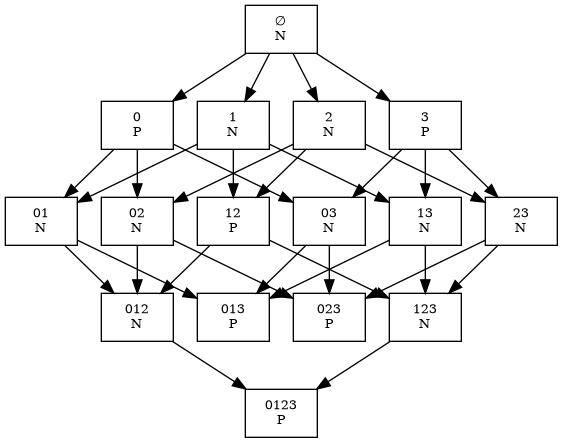
Above: game_tree/decision_tree_0123.png in AdirAli/sparse-ruler-n-p-position (Graphviz), before the change. Its source is kept beside it as game_tree/decision_tree_0123.dot.
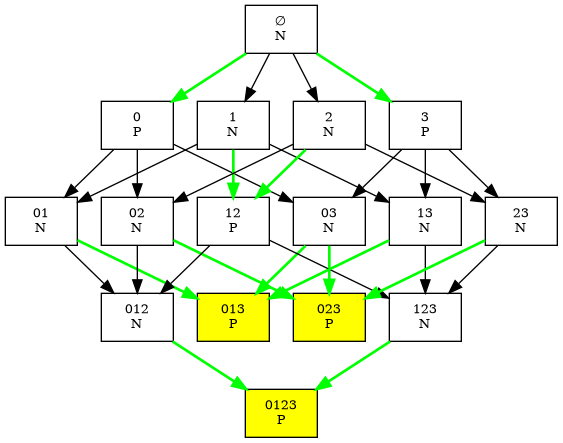
Above is the later version.

Diff of the diagram source:
```diff
@@ -5,10 +5,10 @@
   n1 [label="0\nP"];
   n2 [label="01\nN"];
   n3 [label="012\nN"];
-  n4 [label="0123\nP"];
-  n5 [label="013\nP"];
+  n4 [label="0123\nP", style=filled, fillcolor=yellow];
+  n5 [label="013\nP", style=filled, fillcolor=yellow];
   n6 [label="02\nN"];
-  n7 [label="023\nP"];
+  n7 [label="023\nP", style=filled, fillcolor=yellow];
   n8 [label="03\nN"];
   n9 [label="1\nN"];
   n10 [label="12\nP"];
@@ -18,32 +18,32 @@
   n14 [label="23\nN"];
   n15 [label="3\nP"];
 
-  n0 -> n1;
+  n0 -> n1 [color=green, penwidth=2.0];
   n0 -> n9;
   n0 -> n13;
-  n0 -> n15;
+  n0 -> n15 [color=green, penwidth=2.0];
   n1 -> n2;
   n1 -> n6;
   n1 -> n8;
   n2 -> n3;
-  n2 -> n5;
-  n3 -> n4;
+  n2 -> n5 [color=green, penwidth=2.0];
+  n3 -> n4 [color=green, penwidth=2.0];
   n6 -> n3;
-  n6 -> n7;
-  n8 -> n5;
-  n8 -> n7;
+  n6 -> n7 [color=green, penwidth=2.0];
+  n8 -> n5 [color=green, penwidth=2.0];
+  n8 -> n7 [color=green, penwidth=2.0];
   n9 -> n2;
-  n9 -> n10;
+  n9 -> n10 [color=green, penwidth=2.0];
   n9 -> n12;
   n10 -> n3;
   n10 -> n11;
-  n11 -> n4;
-  n12 -> n5;
+  n11 -> n4 [color=green, penwidth=2.0];
+  n12 -> n5 [color=green, penwidth=2.0];
   n12 -> n11;
   n13 -> n6;
-  n13 -> n10;
+  n13 -> n10 [color=green, penwidth=2.0];
   n13 -> n14;
-  n14 -> n7;
+  n14 -> n7 [color=green, penwidth=2.0];
   n14 -> n11;
   n15 -> n8;
   n15 -> n12;
```
